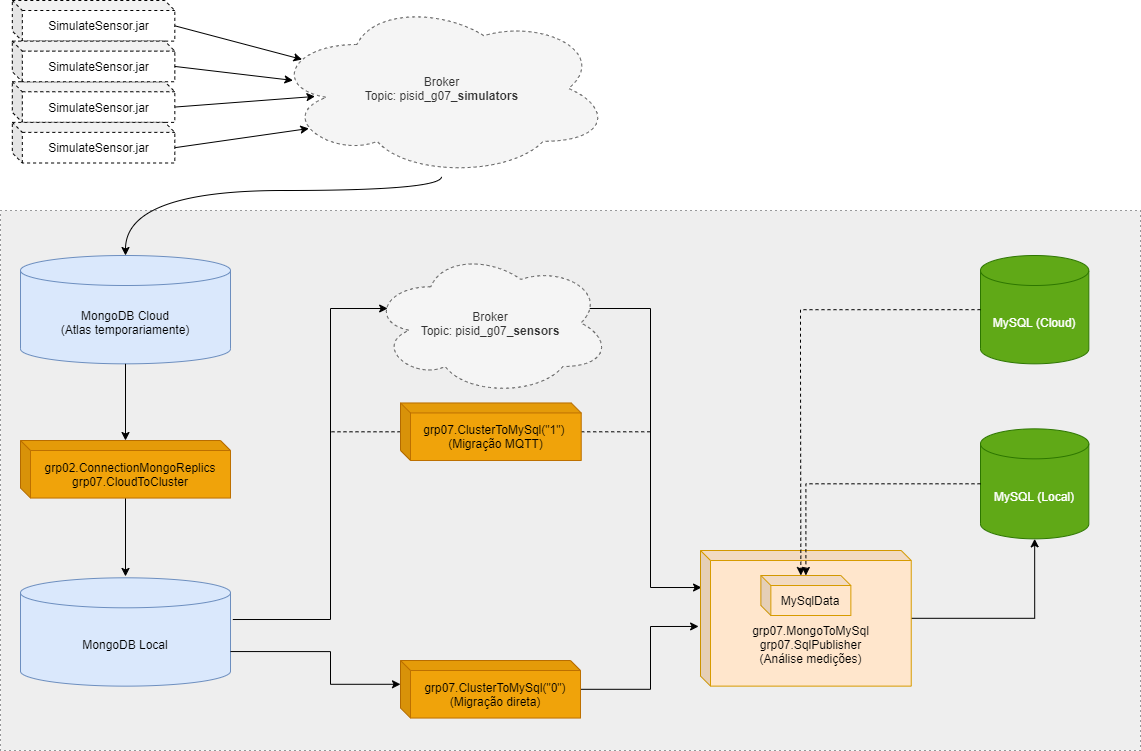
The draw.io diagram java-app/app-scheme.png in gui-ant/psid, before a commit. Source tidied: cells renumbered, new cells last; positions are measured from the earlier drawing's top-left corner, leaving out a move shared by most shapes. The source it was exported from:
```xml
<mxGraphModel>
  <root>
    <mxCell id="0" />
    <mxCell id="1" parent="0" />
    <mxCell id="2" style="rounded=0;whiteSpace=wrap;html=1;dashed=1;dashPattern=1 4;fillColor=#eeeeee;strokeColor=#36393d;" parent="1" vertex="1">
      <mxGeometry y="210" width="1140" height="540" as="geometry" />
    </mxCell>
    <mxCell id="3" value="Broker&lt;br&gt;Topic: pisid_g07_&lt;b&gt;simulators&lt;/b&gt;" style="ellipse;shape=cloud;whiteSpace=wrap;html=1;dashed=1;fillColor=#f5f5f5;strokeColor=#666666;fontColor=#333333;" parent="1" vertex="1">
      <mxGeometry x="271.8" width="338.5" height="176" as="geometry" />
    </mxCell>
    <mxCell id="4" value="SimulateSensor.jar" style="shape=cube;whiteSpace=wrap;html=1;boundedLbl=1;backgroundOutline=1;darkOpacity=0.05;darkOpacity2=0.1;dashed=1;size=10;" parent="1" vertex="1">
      <mxGeometry x="11.8" width="162.5" height="40.6" as="geometry" />
    </mxCell>
    <mxCell id="5" style="rounded=0;jettySize=auto;html=1;exitX=0;exitY=0;exitDx=162.50033898305085;exitDy=25.3125;exitPerimeter=0;entryX=0.088;entryY=0.335;entryDx=0;entryDy=0;entryPerimeter=0;" parent="1" edge="1" source="4" target="3">
      <mxGeometry x="31.8" y="36.5" as="geometry" />
    </mxCell>
    <mxCell id="6" style="edgeStyle=none;rounded=0;jettySize=auto;html=1;exitX=0;exitY=0;exitDx=162.50033898305085;exitDy=25.3125;exitPerimeter=0;entryX=0.126;entryY=0.545;entryDx=0;entryDy=0;entryPerimeter=0;" parent="1" edge="1" source="7" target="3">
      <mxGeometry x="31.8" y="36.5" as="geometry" />
    </mxCell>
    <mxCell id="7" value="SimulateSensor.jar" style="shape=cube;whiteSpace=wrap;html=1;boundedLbl=1;backgroundOutline=1;darkOpacity=0.05;darkOpacity2=0.1;dashed=1;size=10;" parent="1" vertex="1">
      <mxGeometry x="11.8" y="81.3" width="162.5" height="40.6" as="geometry" />
    </mxCell>
    <mxCell id="8" style="edgeStyle=none;rounded=0;jettySize=auto;html=1;exitX=0;exitY=0;exitDx=162.50033898305085;exitDy=25.3125;exitPerimeter=0;entryX=0.108;entryY=0.727;entryDx=0;entryDy=0;entryPerimeter=0;" parent="1" edge="1" source="9" target="3">
      <mxGeometry x="31.8" y="36.5" as="geometry" />
    </mxCell>
    <mxCell id="9" value="SimulateSensor.jar" style="shape=cube;whiteSpace=wrap;html=1;boundedLbl=1;backgroundOutline=1;darkOpacity=0.05;darkOpacity2=0.1;dashed=1;size=10;" parent="1" vertex="1">
      <mxGeometry x="11.8" y="121.9" width="162.5" height="40.6" as="geometry" />
    </mxCell>
    <mxCell id="10" value="SimulateSensor.jar" style="shape=cube;whiteSpace=wrap;html=1;boundedLbl=1;backgroundOutline=1;darkOpacity=0.05;darkOpacity2=0.1;dashed=1;size=10;" parent="1" vertex="1">
      <mxGeometry x="11.8" y="40.6" width="162.5" height="40.6" as="geometry" />
    </mxCell>
    <mxCell id="11" style="edgeStyle=none;rounded=0;jettySize=auto;html=1;entryX=0.061;entryY=0.454;entryDx=0;entryDy=0;entryPerimeter=0;exitX=0;exitY=0;exitDx=162.50033898305085;exitDy=25.3125;exitPerimeter=0;" parent="1" edge="1" source="10" target="3">
      <mxGeometry x="31.8" y="36.5" as="geometry" />
    </mxCell>
    <mxCell id="12" style="edgeStyle=orthogonalEdgeStyle;rounded=0;jettySize=auto;html=1;curved=1;" parent="1" edge="1" source="3" target="14">
      <mxGeometry x="20" as="geometry">
        <Array as="points">
          <mxPoint x="441" y="190" />
          <mxPoint x="125" y="190" />
        </Array>
      </mxGeometry>
    </mxCell>
    <mxCell id="13" style="group;" parent="1" vertex="1">
      <mxGeometry x="20" y="320" width="210" height="365.6" as="geometry" />
    </mxCell>
    <mxCell id="14" value="MongoDB Cloud&lt;br&gt;(Atlas temporariamente)" style="shape=cylinder3;whiteSpace=wrap;html=1;boundedLbl=1;backgroundOutline=1;size=15;fillColor=#dae8fc;strokeColor=#6c8ebf;" parent="13" vertex="1">
      <mxGeometry y="-65" width="210" height="108.3" as="geometry" />
    </mxCell>
    <mxCell id="15" value="MongoDB Local" style="shape=cylinder3;whiteSpace=wrap;html=1;boundedLbl=1;backgroundOutline=1;size=15;fillColor=#dae8fc;strokeColor=#6c8ebf;" parent="13" vertex="1">
      <mxGeometry y="257.3" width="210" height="108.3" as="geometry" />
    </mxCell>
    <mxCell id="16" style="edgeStyle=orthogonalEdgeStyle;curved=1;rounded=0;jettySize=auto;html=1;" parent="13" edge="1" source="17">
      <mxGeometry relative="1" as="geometry">
        <mxPoint x="105" y="255.9" as="targetPoint" />
      </mxGeometry>
    </mxCell>
    <mxCell id="17" value="grp02.ConnectionMongoReplics&lt;br&gt;grp07.CloudToCluster" style="shape=cube;whiteSpace=wrap;html=1;boundedLbl=1;backgroundOutline=1;darkOpacity=0.05;darkOpacity2=0.1;size=10;fillColor=#f0a30a;strokeColor=#BD7000;fontColor=#000000;" parent="13" vertex="1">
      <mxGeometry y="120" width="210" height="57.6" as="geometry" />
    </mxCell>
    <mxCell id="18" style="edgeStyle=orthogonalEdgeStyle;curved=1;rounded=0;jettySize=auto;html=1;" parent="13" edge="1" source="14" target="17">
      <mxGeometry relative="1" as="geometry" />
    </mxCell>
    <mxCell id="19" style="edgeStyle=orthogonalEdgeStyle;rounded=0;jettySize=auto;html=1;entryX=-0.009;entryY=0.56;entryDx=0;entryDy=0;entryPerimeter=0;" parent="1" edge="1" source="20" target="31">
      <mxGeometry relative="1" as="geometry">
        <Array as="points">
          <mxPoint x="650" y="689" />
          <mxPoint x="650" y="626" />
        </Array>
      </mxGeometry>
    </mxCell>
    <mxCell id="20" value="grp07.ClusterToMySql(&quot;0&quot;)&lt;br&gt;(Migração direta)" style="shape=cube;whiteSpace=wrap;html=1;boundedLbl=1;backgroundOutline=1;darkOpacity=0.05;darkOpacity2=0.1;size=10;fillColor=#f0a30a;strokeColor=#BD7000;fontColor=#000000;" parent="1" vertex="1">
      <mxGeometry x="400" y="660" width="180" height="57.5" as="geometry" />
    </mxCell>
    <mxCell id="21" style="edgeStyle=orthogonalEdgeStyle;rounded=0;jettySize=auto;html=1;endArrow=classic;endFill=1;exitX=0.91;exitY=0.4;exitDx=0;exitDy=0;exitPerimeter=0;entryX=0.005;entryY=0.273;entryDx=0;entryDy=0;entryPerimeter=0;" parent="1" edge="1" source="22" target="31">
      <mxGeometry relative="1" as="geometry">
        <Array as="points">
          <mxPoint x="650" y="308" />
          <mxPoint x="650" y="587" />
        </Array>
      </mxGeometry>
    </mxCell>
    <mxCell id="22" value="Broker&lt;br&gt;Topic: pisid_g07_&lt;b&gt;sensors&lt;/b&gt;" style="ellipse;shape=cloud;whiteSpace=wrap;html=1;dashed=1;fillColor=#f5f5f5;strokeColor=#666666;fontColor=#333333;" parent="1" vertex="1">
      <mxGeometry x="370.4" y="250" width="240" height="145" as="geometry" />
    </mxCell>
    <mxCell id="23" style="edgeStyle=orthogonalEdgeStyle;rounded=0;jettySize=auto;html=1;dashed=1;endArrow=none;endFill=0;" parent="1" edge="1" source="25">
      <mxGeometry relative="1" as="geometry">
        <mxPoint x="330" y="514" as="targetPoint" />
      </mxGeometry>
    </mxCell>
    <mxCell id="24" style="edgeStyle=orthogonalEdgeStyle;rounded=0;jettySize=auto;html=1;endArrow=none;endFill=0;dashed=1;" parent="1" edge="1" source="25">
      <mxGeometry relative="1" as="geometry">
        <mxPoint x="650" y="514" as="targetPoint" />
      </mxGeometry>
    </mxCell>
    <mxCell id="25" value="grp07.ClusterToMySql(&quot;1&quot;) &lt;br&gt;(Migração MQTT)" style="shape=cube;whiteSpace=wrap;html=1;boundedLbl=1;backgroundOutline=1;darkOpacity=0.05;darkOpacity2=0.1;size=10;fillColor=#f0a30a;strokeColor=#BD7000;fontColor=#000000;" parent="1" vertex="1">
      <mxGeometry x="400" y="402.4" width="180.7" height="57.5" as="geometry" />
    </mxCell>
    <mxCell id="26" style="edgeStyle=orthogonalEdgeStyle;rounded=0;jettySize=auto;html=1;entryX=0;entryY=0;entryDx=0;entryDy=23.775;entryPerimeter=0;exitX=1;exitY=0;exitDx=0;exitDy=73.75;exitPerimeter=0;" parent="1" edge="1" source="15" target="20">
      <mxGeometry relative="1" as="geometry">
        <Array as="points">
          <mxPoint x="330" y="651" />
          <mxPoint x="330" y="684" />
        </Array>
      </mxGeometry>
    </mxCell>
    <mxCell id="27" style="edgeStyle=orthogonalEdgeStyle;rounded=0;jettySize=auto;html=1;entryX=0.07;entryY=0.4;entryDx=0;entryDy=0;entryPerimeter=0;exitX=1.011;exitY=0.385;exitDx=0;exitDy=0;exitPerimeter=0;" parent="1" edge="1" source="15" target="22">
      <mxGeometry relative="1" as="geometry">
        <Array as="points">
          <mxPoint x="330" y="619" />
          <mxPoint x="330" y="308" />
        </Array>
      </mxGeometry>
    </mxCell>
    <mxCell id="28" value="MySQL (Cloud)" style="shape=cylinder3;whiteSpace=wrap;html=1;boundedLbl=1;backgroundOutline=1;size=15;fillColor=#60a917;strokeColor=#2D7600;fontColor=#ffffff;" parent="1" vertex="1">
      <mxGeometry x="980" y="255" width="108.3" height="108.3" as="geometry" />
    </mxCell>
    <mxCell id="29" value="MySQL (Local)" style="shape=cylinder3;whiteSpace=wrap;html=1;boundedLbl=1;backgroundOutline=1;size=15;fillColor=#60a917;strokeColor=#2D7600;fontColor=#ffffff;" parent="1" vertex="1">
      <mxGeometry x="980" y="428.3" width="108.3" height="110" as="geometry" />
    </mxCell>
    <mxCell id="30" style="edgeStyle=orthogonalEdgeStyle;rounded=0;jettySize=auto;html=1;entryX=0.5;entryY=1;entryDx=0;entryDy=0;entryPerimeter=0;endArrow=classic;endFill=1;" parent="1" edge="1" source="31" target="29">
      <mxGeometry relative="1" as="geometry">
        <Array as="points">
          <mxPoint x="1034" y="618" />
        </Array>
      </mxGeometry>
    </mxCell>
    <mxCell id="31" value="&lt;br&gt;&lt;br&gt;&lt;br&gt;grp07.MongoToMySql&lt;br&gt;grp07.SqlPublisher&lt;br&gt;(Análise medições)" style="shape=cube;whiteSpace=wrap;html=1;boundedLbl=1;backgroundOutline=1;darkOpacity=0.05;darkOpacity2=0.1;size=10;fillColor=#ffe6cc;strokeColor=#d79b00;" parent="1" vertex="1">
      <mxGeometry x="700" y="550" width="210.7" height="135.6" as="geometry" />
    </mxCell>
    <mxCell id="32" value="MySqlData" style="shape=cube;whiteSpace=wrap;html=1;boundedLbl=1;backgroundOutline=1;darkOpacity=0.05;darkOpacity2=0.1;size=10;fillColor=#ffe6cc;strokeColor=#d79b00;" parent="1" vertex="1">
      <mxGeometry x="760.4" y="575" width="90" height="40" as="geometry" />
    </mxCell>
    <mxCell id="33" style="edgeStyle=orthogonalEdgeStyle;rounded=0;jettySize=auto;html=1;dashed=1;endArrow=classic;endFill=1;exitX=0;exitY=0.5;exitDx=0;exitDy=0;exitPerimeter=0;entryX=0;entryY=0;entryDx=40;entryDy=0;entryPerimeter=0;" parent="1" edge="1" source="28" target="32">
      <mxGeometry relative="1" as="geometry">
        <Array as="points">
          <mxPoint x="800" y="309" />
          <mxPoint x="800" y="363" />
        </Array>
      </mxGeometry>
    </mxCell>
    <mxCell id="34" style="edgeStyle=orthogonalEdgeStyle;rounded=0;jettySize=auto;html=1;endArrow=classic;endFill=1;dashed=1;" parent="1" edge="1" source="29" target="32">
      <mxGeometry relative="1" as="geometry" />
    </mxCell>
  </root>
</mxGraphModel>
```
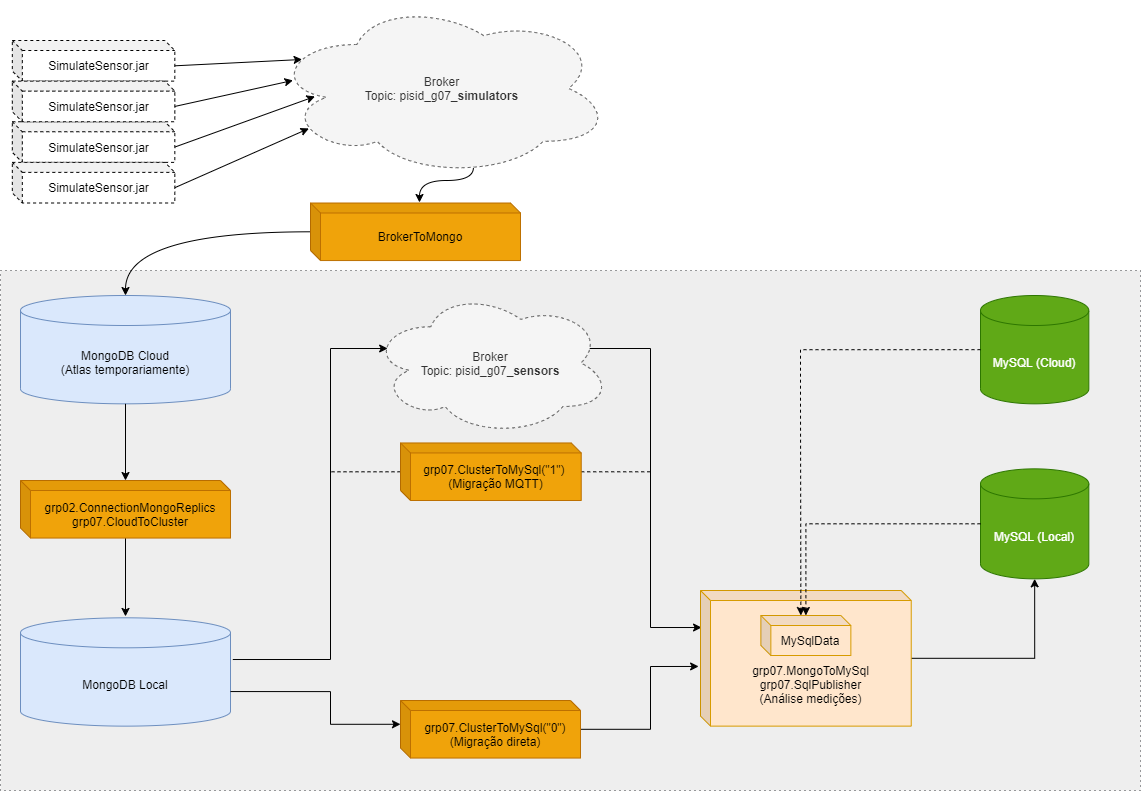
The same file after the commit.

Change to the diagram source:
```diff
@@ -3,10 +3,18 @@
     <mxCell id="0" />
     <mxCell id="1" parent="0" />
     <mxCell id="2" style="rounded=0;whiteSpace=wrap;html=1;dashed=1;dashPattern=1 4;fillColor=#eeeeee;strokeColor=#36393d;" parent="1" vertex="1">
-      <mxGeometry y="210" width="1140" height="540" as="geometry" />
+      <mxGeometry y="230" width="1140" height="520" as="geometry" />
     </mxCell>
+    <mxCell id="35" style="edgeStyle=orthogonalEdgeStyle;rounded=0;jettySize=auto;html=1;exitX=0.594;exitY=0.949;exitDx=0;exitDy=0;exitPerimeter=0;entryX=0.519;entryY=-0.009;entryDx=0;entryDy=0;entryPerimeter=0;curved=1;" parent="1" edge="1" source="3" target="37">
+      <mxGeometry relative="1" as="geometry">
+        <Array as="points">
+          <mxPoint x="473" y="140" />
+          <mxPoint x="419" y="140" />
+        </Array>
+      </mxGeometry>
+    </mxCell>
     <mxCell id="3" value="Broker&lt;br&gt;Topic: pisid_g07_&lt;b&gt;simulators&lt;/b&gt;" style="ellipse;shape=cloud;whiteSpace=wrap;html=1;dashed=1;fillColor=#f5f5f5;strokeColor=#666666;fontColor=#333333;" parent="1" vertex="1">
-      <mxGeometry x="271.8" width="338.5" height="176" as="geometry" />
+      <mxGeometry x="271.8" y="-40" width="338.5" height="176" as="geometry" />
     </mxCell>
     <mxCell id="4" value="SimulateSensor.jar" style="shape=cube;whiteSpace=wrap;html=1;boundedLbl=1;backgroundOutline=1;darkOpacity=0.05;darkOpacity2=0.1;dashed=1;size=10;" parent="1" vertex="1">
       <mxGeometry x="11.8" width="162.5" height="40.6" as="geometry" />
@@ -32,14 +40,6 @@
     <mxCell id="11" style="edgeStyle=none;rounded=0;jettySize=auto;html=1;entryX=0.061;entryY=0.454;entryDx=0;entryDy=0;entryPerimeter=0;exitX=0;exitY=0;exitDx=162.50033898305085;exitDy=25.3125;exitPerimeter=0;" parent="1" edge="1" source="10" target="3">
       <mxGeometry x="31.8" y="36.5" as="geometry" />
     </mxCell>
-    <mxCell id="12" style="edgeStyle=orthogonalEdgeStyle;rounded=0;jettySize=auto;html=1;curved=1;" parent="1" edge="1" source="3" target="14">
-      <mxGeometry x="20" as="geometry">
-        <Array as="points">
-          <mxPoint x="441" y="190" />
-          <mxPoint x="125" y="190" />
-        </Array>
-      </mxGeometry>
-    </mxCell>
     <mxCell id="13" style="group;" parent="1" vertex="1">
       <mxGeometry x="20" y="320" width="210" height="365.6" as="geometry" />
     </mxCell>
@@ -141,5 +141,11 @@
     <mxCell id="34" style="edgeStyle=orthogonalEdgeStyle;rounded=0;jettySize=auto;html=1;endArrow=classic;endFill=1;dashed=1;" parent="1" edge="1" source="29" target="32">
       <mxGeometry relative="1" as="geometry" />
     </mxCell>
+    <mxCell id="36" style="edgeStyle=orthogonalEdgeStyle;rounded=0;jettySize=auto;html=1;curved=1;" parent="1" edge="1" source="37" target="14">
+      <mxGeometry relative="1" as="geometry" />
+    </mxCell>
+    <mxCell id="37" value="BrokerToMongo" style="shape=cube;whiteSpace=wrap;html=1;boundedLbl=1;backgroundOutline=1;darkOpacity=0.05;darkOpacity2=0.1;size=10;fillColor=#f0a30a;strokeColor=#BD7000;fontColor=#000000;" parent="1" vertex="1">
+      <mxGeometry x="310" y="162.5" width="210" height="57.6" as="geometry" />
+    </mxCell>
   </root>
 </mxGraphModel>
```
